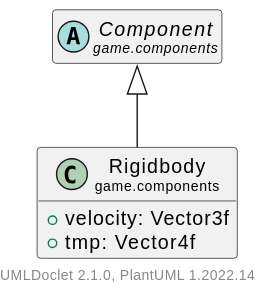
Above: doc/javadoc/game/components/Rigidbody.svg in Hirschiii/JavaGameEngine (PlantUML), before the change.
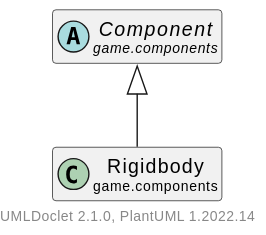
Above is the later version.

The edit, as a diff of the source:
```diff
@@ -4,8 +4,6 @@
     hide empty methods
 
     class "<size:14>Rigidbody\n<size:10>game.components" as game.components.Rigidbody [[Rigidbody.html]] {
-        +velocity: Vector3f
-        +tmp: Vector4f
     }
 
     abstract class "<size:14>Component\n<size:10>game.components" as game.components.Component [[Component.html]]
```
